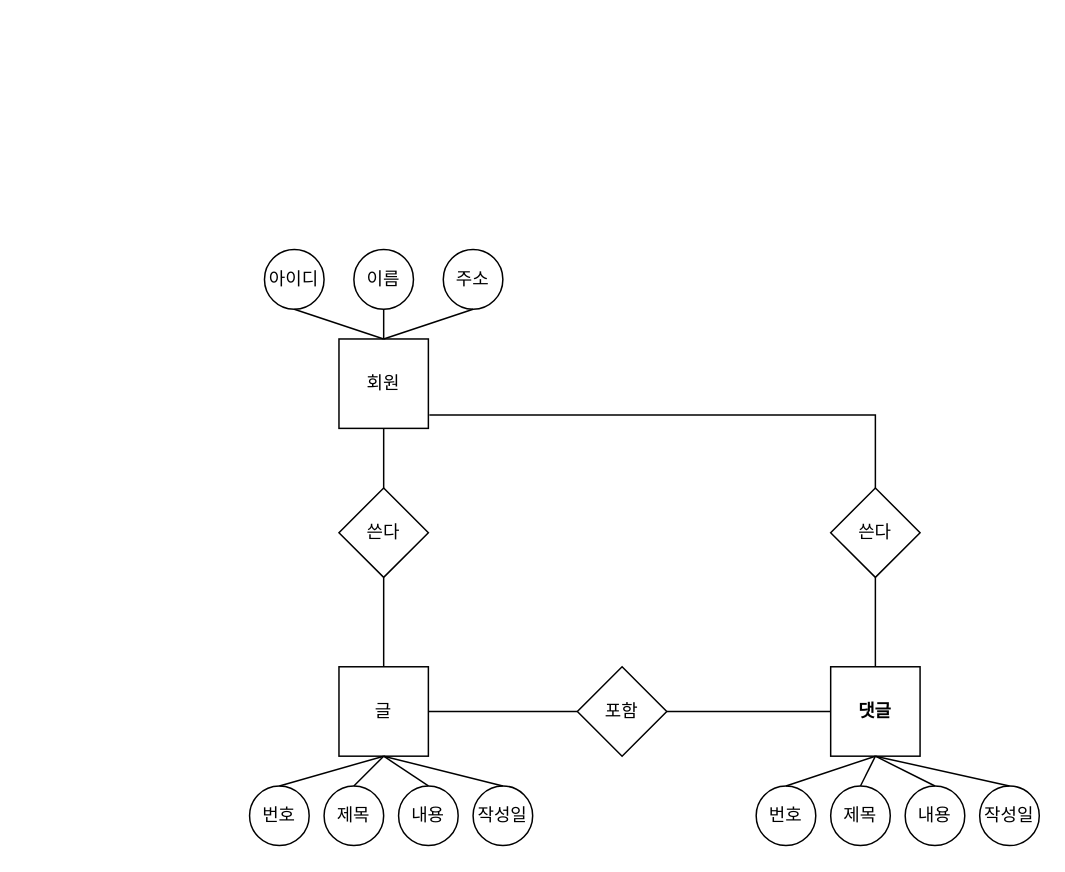
Above: 제목 없는 다이어그램.drawio in shAn-kor/choongang-sql (draw.io), before the change. Source tidied: cells renumbered, new cells numbered last; positions are measured from the earlier drawing's top-left corner, leaving out a move shared by most shapes. Both pictures are drawn from the tidied source at 149%, with x=0, y=0 at pixel (249, 249).
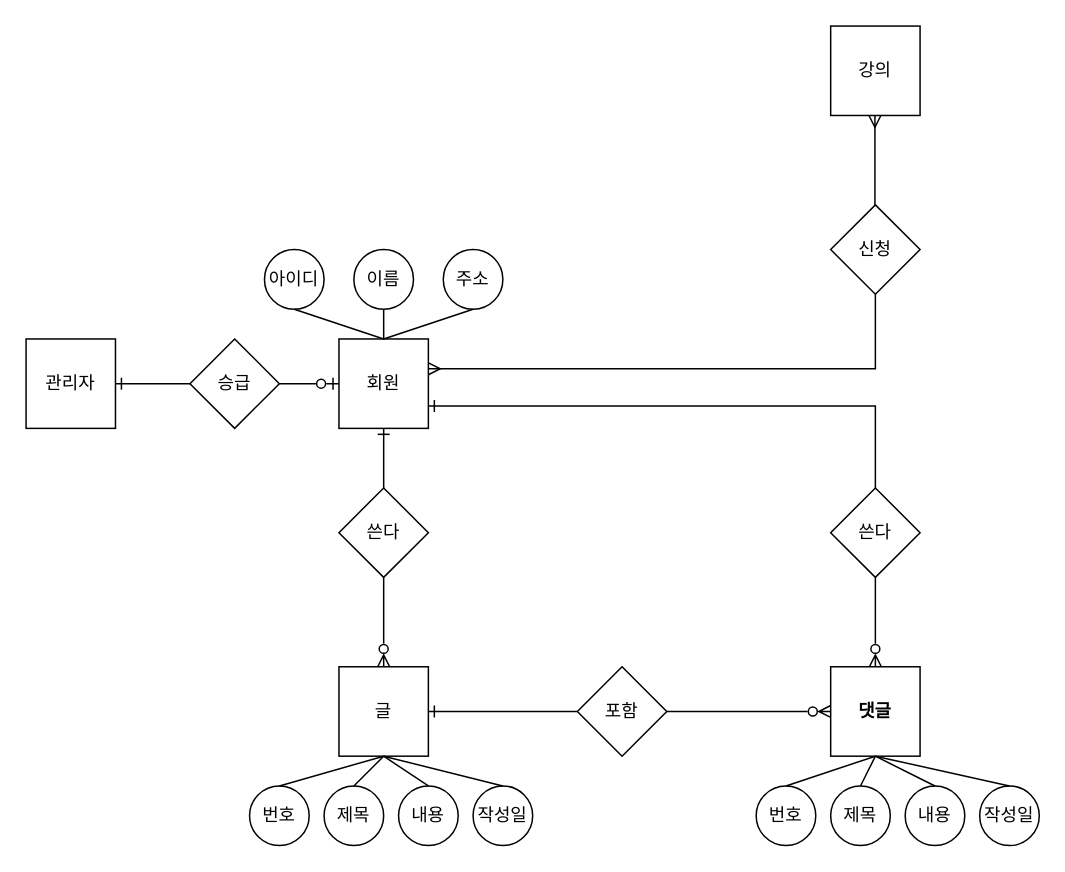
The same diagram, later.

Commit message (it also covers changes not shown here):
제목 없는 다이어그램.drawio 업데이트

The change refers to these unchanged cells:
```xml
<mxCell id="4" value="회원" style="rounded=0;whiteSpace=wrap;html=1;strokeColor=default;" parent="1" vertex="1">
  <mxGeometry x="60" y="60" width="60" height="60" as="geometry" />
</mxCell>
<mxCell id="7" value="댓글" style="rounded=0;whiteSpace=wrap;html=1;fontStyle=1;" parent="1" vertex="1">
  <mxGeometry x="390" y="280" width="60" height="60" as="geometry" />
</mxCell>
<mxCell id="10" value="글" style="rounded=0;whiteSpace=wrap;html=1;" parent="1" vertex="1">
  <mxGeometry x="60" y="280" width="60" height="60" as="geometry" />
</mxCell>
<mxCell id="22" value="쓴다" style="rhombus;whiteSpace=wrap;html=1;" parent="1" vertex="1">
  <mxGeometry x="60" y="160" width="60" height="60" as="geometry" />
</mxCell>
<mxCell id="23" value="쓴다" style="rhombus;whiteSpace=wrap;html=1;" parent="1" vertex="1">
  <mxGeometry x="390" y="160" width="60" height="60" as="geometry" />
</mxCell>
<mxCell id="24" value="포함" style="rhombus;whiteSpace=wrap;html=1;" parent="1" vertex="1">
  <mxGeometry x="220" y="280" width="60" height="60" as="geometry" />
</mxCell>
```

What changed in the source:
```diff
@@
-    <mxCell id="2" style="edgeStyle=orthogonalEdgeStyle;rounded=0;jettySize=auto;html=1;endArrow=none;endFill=0;startArrow=none;startFill=0;" parent="1" edge="1" source="4" target="22">
+    <mxCell id="2" style="edgeStyle=orthogonalEdgeStyle;rounded=0;jettySize=auto;html=1;endArrow=none;endFill=0;startArrow=ERone;startFill=0;" parent="1" edge="1" source="4" target="22">
       <mxGeometry relative="1" as="geometry" />
     </mxCell>
-    <mxCell id="3" style="edgeStyle=orthogonalEdgeStyle;rounded=0;jettySize=auto;html=1;endArrow=none;endFill=0;startArrow=none;startFill=0;exitX=1.011;exitY=0.85;exitDx=0;exitDy=0;exitPerimeter=0;" parent="1" edge="1" source="4" target="23">
-      <mxGeometry relative="1" as="geometry" />
+    <mxCell id="3" style="edgeStyle=orthogonalEdgeStyle;rounded=0;jettySize=auto;html=1;endArrow=none;endFill=0;startArrow=ERone;startFill=0;exitX=1;exitY=0.75;exitDx=0;exitDy=0;" parent="1" edge="1" source="4" target="23">
+      <mxGeometry relative="1" as="geometry">
+        <Array as="points">
+          <mxPoint x="420" y="105" />
+        </Array>
+      </mxGeometry>
     </mxCell>
@@
-    <mxCell id="5" style="edgeStyle=orthogonalEdgeStyle;rounded=0;jettySize=auto;html=1;endArrow=none;endFill=0;startArrow=none;startFill=0;" parent="1" edge="1" source="7" target="24">
+    <mxCell id="5" style="edgeStyle=orthogonalEdgeStyle;rounded=0;jettySize=auto;html=1;endArrow=none;endFill=0;startArrow=ERzeroToMany;startFill=0;" parent="1" edge="1" source="7" target="24">
       <mxGeometry relative="1" as="geometry" />
     </mxCell>
-    <mxCell id="6" style="edgeStyle=orthogonalEdgeStyle;rounded=0;jettySize=auto;html=1;entryX=0.5;entryY=1;entryDx=0;entryDy=0;endArrow=none;endFill=0;startArrow=none;startFill=0;" parent="1" edge="1" source="7" target="23">
+    <mxCell id="6" style="edgeStyle=orthogonalEdgeStyle;rounded=0;orthogonalLoop=1;jettySize=auto;html=1;entryX=0.5;entryY=1;entryDx=0;entryDy=0;endArrow=ERmany;endFill=0;startArrow=none;startFill=0;" parent="1" edge="1">
       <mxGeometry relative="1" as="geometry">
+        <mxPoint x="419.7" y="-30" as="sourcePoint" />
+        <mxPoint x="419.7" y="-90" as="targetPoint" />
         <Array as="points">
-          <mxPoint x="420" y="240" />
-          <mxPoint x="420" y="240" />
+          <mxPoint x="419.7" y="-70" />
+          <mxPoint x="419.7" y="-70" />
         </Array>
       </mxGeometry>
     </mxCell>
@@
-    <mxCell id="8" style="edgeStyle=orthogonalEdgeStyle;rounded=0;jettySize=auto;html=1;entryX=0.5;entryY=1;entryDx=0;entryDy=0;endArrow=none;endFill=0;startArrow=none;startFill=0;" parent="1" edge="1" source="10" target="22">
+    <mxCell id="8" style="edgeStyle=orthogonalEdgeStyle;rounded=0;jettySize=auto;html=1;entryX=0.5;entryY=1;entryDx=0;entryDy=0;endArrow=none;endFill=0;startArrow=ERzeroToMany;startFill=0;" parent="1" edge="1" source="10" target="22">
       <mxGeometry relative="1" as="geometry" />
     </mxCell>
-    <mxCell id="9" style="edgeStyle=orthogonalEdgeStyle;rounded=0;jettySize=auto;html=1;entryX=0;entryY=0.5;entryDx=0;entryDy=0;endArrow=none;endFill=0;startArrow=none;startFill=0;" parent="1" edge="1" source="10" target="24">
+    <mxCell id="9" style="edgeStyle=orthogonalEdgeStyle;rounded=0;jettySize=auto;html=1;entryX=0;entryY=0.5;entryDx=0;entryDy=0;endArrow=none;endFill=0;startArrow=ERone;startFill=0;" parent="1" edge="1" source="10" target="24">
       <mxGeometry relative="1" as="geometry" />
     </mxCell>
@@
+    <mxCell id="36" value="관리자" style="rounded=0;whiteSpace=wrap;html=1;strokeColor=default;" parent="1" vertex="1">
+      <mxGeometry x="-150" y="60" width="60" height="60" as="geometry" />
+    </mxCell>
+    <mxCell id="37" value="승급" style="rhombus;whiteSpace=wrap;html=1;" parent="1" vertex="1">
+      <mxGeometry x="-40" y="60" width="60" height="60" as="geometry" />
+    </mxCell>
+    <mxCell id="38" style="edgeStyle=orthogonalEdgeStyle;rounded=0;jettySize=auto;html=1;endArrow=none;endFill=0;startArrow=ERone;startFill=0;exitX=1;exitY=0.5;exitDx=0;exitDy=0;entryX=0;entryY=0.5;entryDx=0;entryDy=0;" parent="1" edge="1" source="36" target="37">
+      <mxGeometry relative="1" as="geometry" />
+    </mxCell>
+    <mxCell id="39" style="edgeStyle=orthogonalEdgeStyle;rounded=0;jettySize=auto;html=1;endArrow=ERzeroToOne;endFill=0;startArrow=none;startFill=0;exitX=1;exitY=0.5;exitDx=0;exitDy=0;entryX=0;entryY=0.5;entryDx=0;entryDy=0;" parent="1" edge="1" source="37" target="4">
+      <mxGeometry relative="1" as="geometry" />
+    </mxCell>
+    <mxCell id="40" value="강의" style="rounded=0;whiteSpace=wrap;html=1;strokeColor=default;" parent="1" vertex="1">
+      <mxGeometry x="390" y="-150" width="60" height="60" as="geometry" />
+    </mxCell>
+    <mxCell id="41" value="신청" style="rhombus;whiteSpace=wrap;html=1;" parent="1" vertex="1">
+      <mxGeometry x="390" y="-30" width="60" height="60" as="geometry" />
+    </mxCell>
+    <mxCell id="42" style="edgeStyle=orthogonalEdgeStyle;rounded=0;jettySize=auto;html=1;endArrow=none;endFill=0;startArrow=ERmany;startFill=0;exitX=1;exitY=0.75;exitDx=0;exitDy=0;entryX=0.5;entryY=1;entryDx=0;entryDy=0;" parent="1" edge="1" target="41">
+      <mxGeometry relative="1" as="geometry">
+        <mxPoint x="120" y="80" as="sourcePoint" />
+        <Array as="points">
+          <mxPoint x="420" y="80" />
+        </Array>
+      </mxGeometry>
+    </mxCell>
+    <mxCell id="43" style="edgeStyle=orthogonalEdgeStyle;rounded=0;orthogonalLoop=1;jettySize=auto;html=1;entryX=0.5;entryY=1;entryDx=0;entryDy=0;endArrow=none;endFill=0;startArrow=ERzeroToMany;startFill=0;" parent="1" edge="1">
+      <mxGeometry relative="1" as="geometry">
+        <mxPoint x="420" y="280" as="sourcePoint" />
+        <mxPoint x="420" y="220" as="targetPoint" />
+      </mxGeometry>
+    </mxCell>
```
